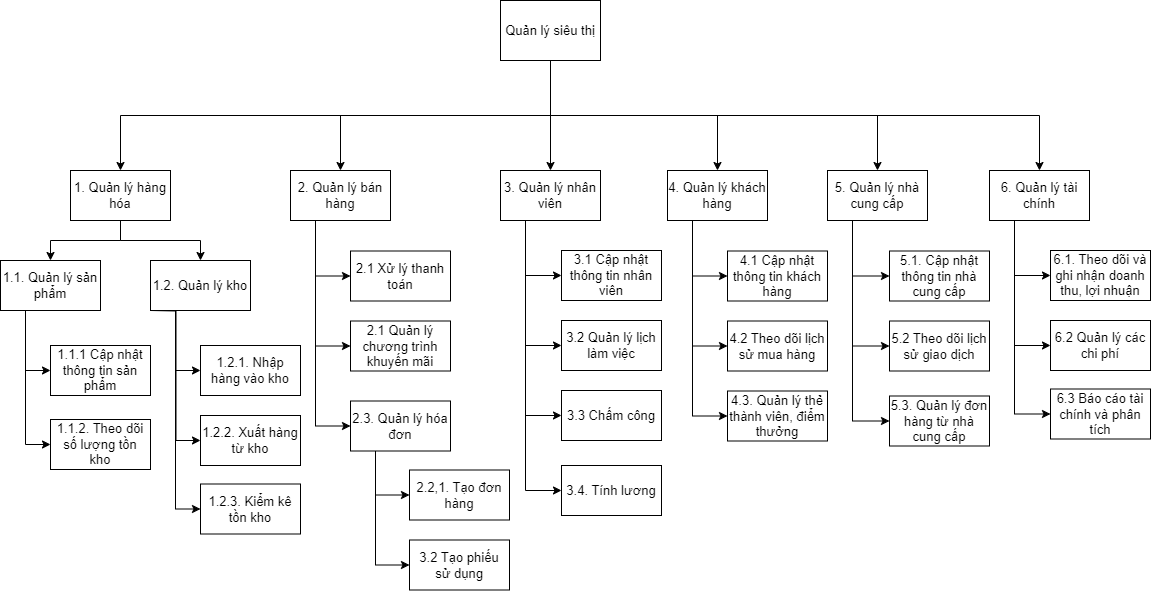
Before: Biểu đồ không có tiêu đề.drawio.png, a diagram exported from draw.io (DatLe328/Phan-tich-thiet-ke-he-thong). Source tidied: cells renumbered, new cells last; positions are measured from the earlier drawing's top-left corner, leaving out a move shared by most shapes.
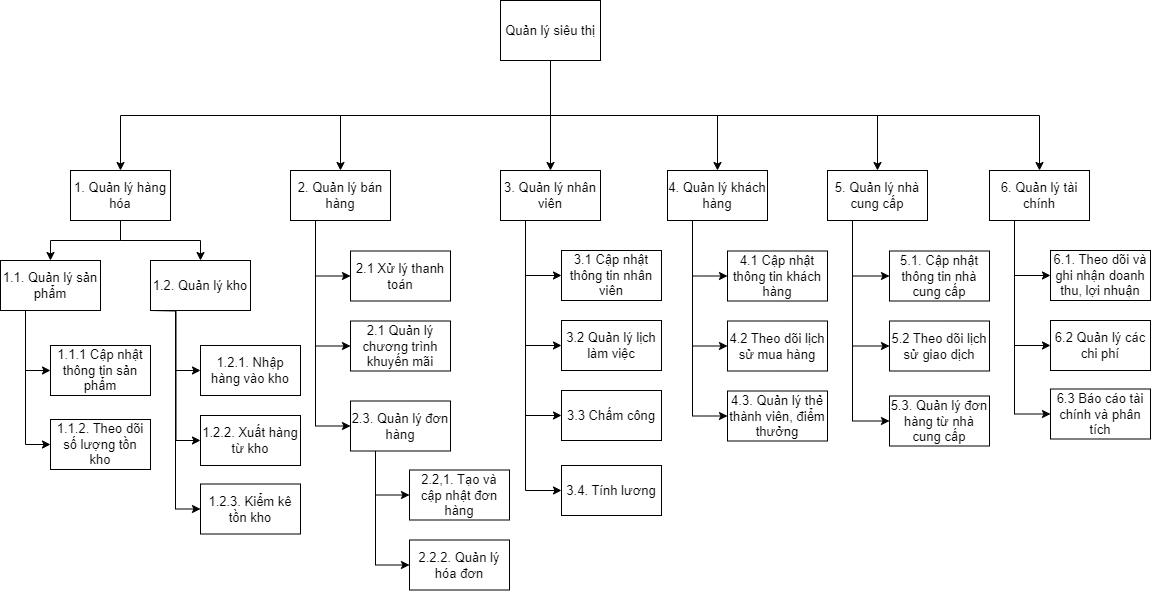
After the commit.

Commit message:
Cập nhật Biểu đồ không có tiêu đề.drawio.png

Diff of the diagram source:
```diff
@@ -86,7 +86,7 @@
     <mxCell id="29" value="5. Quản lý nhà cung cấp" style="html=1;dashed=0;whiteSpace=wrap;fontSize=13;" parent="1" vertex="1">
       <mxGeometry x="827" y="170" width="100" height="50" as="geometry" />
     </mxCell>
-    <mxCell id="30" value="2.3. Quản lý hóa đơn" style="html=1;dashed=0;whiteSpace=wrap;fontSize=13;" parent="1" vertex="1">
+    <mxCell id="30" value="2.3. Quản lý đơn hàng" style="html=1;dashed=0;whiteSpace=wrap;fontSize=13;" parent="1" vertex="1">
       <mxGeometry x="350" y="400.5" width="100" height="50" as="geometry" />
     </mxCell>
     <mxCell id="31" style="edgeStyle=orthogonalEdgeStyle;rounded=0;jettySize=auto;html=1;exitX=0.25;exitY=1;exitDx=0;exitDy=0;entryX=0;entryY=0.5;entryDx=0;entryDy=0;fontSize=13;" parent="1" edge="1" source="34" target="35">
@@ -166,10 +166,10 @@
     <mxCell id="55" style="edgeStyle=orthogonalEdgeStyle;rounded=0;jettySize=auto;html=1;exitX=0.25;exitY=1;exitDx=0;exitDy=0;entryX=0;entryY=0.5;entryDx=0;entryDy=0;fontSize=13;" parent="1" edge="1" source="30" target="57">
       <mxGeometry relative="1" as="geometry" />
     </mxCell>
-    <mxCell id="56" value="2.2,1. Tạo đơn hàng" style="html=1;dashed=0;whiteSpace=wrap;fontSize=13;" parent="1" vertex="1">
+    <mxCell id="56" value="2.2,1. Tạo và cập nhật đơn hàng" style="html=1;dashed=0;whiteSpace=wrap;fontSize=13;" parent="1" vertex="1">
       <mxGeometry x="409" y="469.5" width="100" height="50" as="geometry" />
     </mxCell>
-    <mxCell id="57" value="3.2 Tạo phiếu sử dụng" style="html=1;dashed=0;whiteSpace=wrap;fontSize=13;" parent="1" vertex="1">
+    <mxCell id="57" value="2.2.2. Quản lý hóa đơn" style="html=1;dashed=0;whiteSpace=wrap;fontSize=13;" parent="1" vertex="1">
       <mxGeometry x="409" y="539.5" width="100" height="50" as="geometry" />
     </mxCell>
     <mxCell id="58" value="3.3 Chấm công" style="html=1;dashed=0;whiteSpace=wrap;fontSize=13;" parent="1" vertex="1">
```
